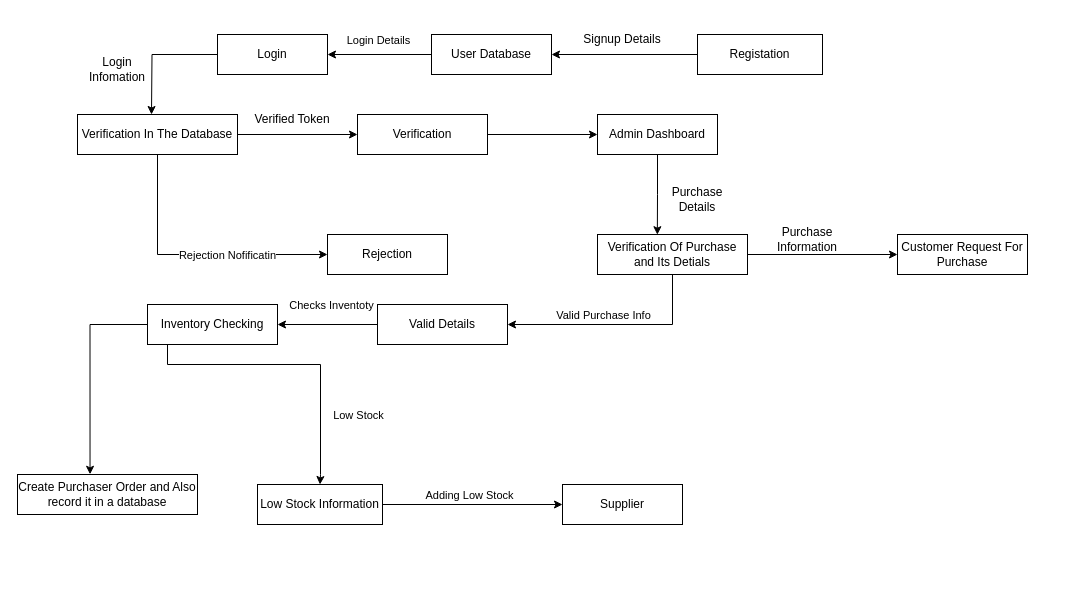
The draw.io diagram Structure Diagram'.drawio in pawal-karki/DRAW.IO, before the edit. Source tidied: cells renumbered, new cells numbered last; positions are measured from the earlier drawing's top-left corner, leaving out a move shared by most shapes. Both pictures are drawn from the tidied source at 100%, with x=0, y=0 at pixel (17, 24).
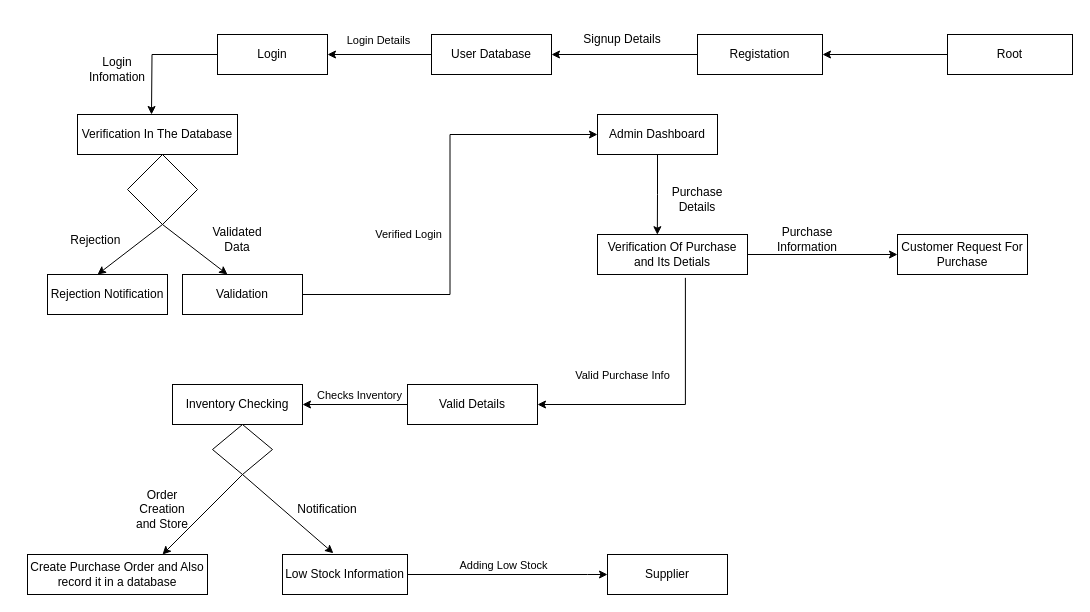
The same page after the edit.

Unchanged cells that the change refers to:
```xml
<mxCell id="5" value="Verification In The Database" style="rounded=0;whiteSpace=wrap;html=1;" parent="1" vertex="1">
  <mxGeometry x="60" y="90" width="160" height="40" as="geometry" />
</mxCell>
<mxCell id="12" value="Registation" style="rounded=0;whiteSpace=wrap;html=1;" parent="1" vertex="1">
  <mxGeometry x="680" y="10" width="125" height="40" as="geometry" />
</mxCell>
<mxCell id="16" value="Admin Dashboard" style="rounded=0;whiteSpace=wrap;html=1;" parent="1" vertex="1">
  <mxGeometry x="580" y="90" width="120" height="40" as="geometry" />
</mxCell>
<mxCell id="22" value="Verification Of Purchase and Its Detials" style="rounded=0;whiteSpace=wrap;html=1;" parent="1" vertex="1">
  <mxGeometry x="580" y="210" width="150" height="40" as="geometry" />
</mxCell>
<mxCell id="26" style="edgeStyle=orthogonalEdgeStyle;rounded=0;jettySize=auto;html=1;exitX=0;exitY=0.5;exitDx=0;exitDy=0;entryX=1;entryY=0.5;entryDx=0;entryDy=0;" parent="1" edge="1" source="28" target="32">
  <mxGeometry relative="1" as="geometry" />
</mxCell>
```

Diff of the diagram source:
```diff
@@
-    <mxCell id="2" style="edgeStyle=orthogonalEdgeStyle;rounded=0;jettySize=auto;html=1;entryX=0;entryY=0.5;entryDx=0;entryDy=0;" parent="1" edge="1" source="5" target="7">
-      <mxGeometry relative="1" as="geometry" />
-    </mxCell>
-    <mxCell id="3" style="edgeStyle=orthogonalEdgeStyle;rounded=0;jettySize=auto;html=1;entryX=0;entryY=0.5;entryDx=0;entryDy=0;" parent="1" edge="1" source="5" target="25">
-      <mxGeometry relative="1" as="geometry">
-        <Array as="points">
-          <mxPoint x="140" y="230" />
-        </Array>
-      </mxGeometry>
-    </mxCell>
-    <mxCell id="4" value="Rejection Nofificatin" style="edgeLabel;html=1;align=center;verticalAlign=middle;" parent="3" vertex="1">
-      <mxGeometry x="0.07" y="2" relative="1" as="geometry">
-        <mxPoint x="25" y="2" as="offset" />
-      </mxGeometry>
-    </mxCell>
@@
-    <mxCell id="6" style="edgeStyle=orthogonalEdgeStyle;rounded=0;jettySize=auto;html=1;" parent="1" edge="1" source="7" target="16">
-      <mxGeometry relative="1" as="geometry" />
-    </mxCell>
-    <mxCell id="7" value="Verification" style="rounded=0;whiteSpace=wrap;html=1;" parent="1" vertex="1">
-      <mxGeometry x="340" y="90" width="130" height="40" as="geometry" />
-    </mxCell>
@@
-    <mxCell id="17" value="Verified Token" style="text;html=1;align=center;verticalAlign=middle;whiteSpace=wrap;rounded=0;" parent="1" vertex="1">
-      <mxGeometry x="230" y="80" width="90" height="30" as="geometry" />
-    </mxCell>
@@
-    <mxCell id="19" style="edgeStyle=orthogonalEdgeStyle;rounded=0;jettySize=auto;html=1;entryX=1;entryY=0.5;entryDx=0;entryDy=0;" parent="1" edge="1" source="22" target="28">
+    <mxCell id="19" style="edgeStyle=orthogonalEdgeStyle;rounded=0;jettySize=auto;html=1;entryX=1;entryY=0.5;entryDx=0;entryDy=0;exitX=0.586;exitY=1.084;exitDx=0;exitDy=0;exitPerimeter=0;" parent="1" edge="1" source="22" target="28">
       <mxGeometry relative="1" as="geometry">
         <Array as="points">
-          <mxPoint x="655" y="300" />
+          <mxPoint x="668" y="380" />
         </Array>
       </mxGeometry>
     </mxCell>
     <mxCell id="20" value="Valid Purchase Info" style="edgeLabel;html=1;align=center;verticalAlign=middle;" parent="19" vertex="1">
       <mxGeometry x="-0.01" y="-4" relative="1" as="geometry">
-        <mxPoint x="-14" y="-6" as="offset" />
+        <mxPoint x="-54" y="-26" as="offset" />
       </mxGeometry>
     </mxCell>
@@
-    <mxCell id="25" value="Rejection" style="rounded=0;whiteSpace=wrap;html=1;" parent="1" vertex="1">
-      <mxGeometry x="310" y="210" width="120" height="40" as="geometry" />
+    <mxCell id="25" value="Rejection Notification" style="rounded=0;whiteSpace=wrap;html=1;" parent="1" vertex="1">
+      <mxGeometry x="30" y="250" width="120" height="40" as="geometry" />
     </mxCell>
@@
-    <mxCell id="27" value="Checks Inventoty" style="edgeLabel;html=1;align=center;verticalAlign=middle;" parent="26" vertex="1">
+    <mxCell id="27" value="Checks Inventory" style="edgeLabel;html=1;align=center;verticalAlign=middle;" parent="26" vertex="1">
       <mxGeometry x="-0.07" y="-2" relative="1" as="geometry">
-        <mxPoint y="-18" as="offset" />
+        <mxPoint y="-8" as="offset" />
       </mxGeometry>
     </mxCell>
     <mxCell id="28" value="Valid Details" style="rounded=0;whiteSpace=wrap;html=1;" parent="1" vertex="1">
-      <mxGeometry x="360" y="280" width="130" height="40" as="geometry" />
+      <mxGeometry x="390" y="360" width="130" height="40" as="geometry" />
     </mxCell>
-    <mxCell id="29" style="edgeStyle=orthogonalEdgeStyle;rounded=0;jettySize=auto;html=1;entryX=0.403;entryY=-0.005;entryDx=0;entryDy=0;entryPerimeter=0;" parent="1" edge="1" source="32" target="33">
-      <mxGeometry relative="1" as="geometry">
-        <Array as="points">
-          <mxPoint x="73" y="300" />
-        </Array>
-      </mxGeometry>
-    </mxCell>
-    <mxCell id="30" style="edgeStyle=orthogonalEdgeStyle;rounded=0;jettySize=auto;html=1;entryX=0.5;entryY=0;entryDx=0;entryDy=0;" parent="1" edge="1" source="32" target="38">
-      <mxGeometry relative="1" as="geometry">
-        <Array as="points">
-          <mxPoint x="150" y="340" />
-          <mxPoint x="303" y="340" />
-          <mxPoint x="303" y="450" />
-        </Array>
-      </mxGeometry>
-    </mxCell>
-    <mxCell id="31" value="Low Stock" style="edgeLabel;html=1;align=center;verticalAlign=middle;" parent="30" vertex="1">
-      <mxGeometry x="0.38" y="2" relative="1" as="geometry">
-        <mxPoint x="35" y="21" as="offset" />
-      </mxGeometry>
-    </mxCell>
     <mxCell id="32" value="Inventory Checking" style="rounded=0;whiteSpace=wrap;html=1;" parent="1" vertex="1">
-      <mxGeometry x="130" y="280" width="130" height="40" as="geometry" />
+      <mxGeometry x="155" y="360" width="130" height="40" as="geometry" />
     </mxCell>
-    <mxCell id="33" value="Create Purchaser Order and Also record it in a database" style="rounded=0;whiteSpace=wrap;html=1;" parent="1" vertex="1">
-      <mxGeometry y="450" width="180" height="40" as="geometry" />
+    <mxCell id="33" value="Create Purchase Order and Also record it in a database" style="rounded=0;whiteSpace=wrap;html=1;" parent="1" vertex="1">
+      <mxGeometry x="10" y="530" width="180" height="40" as="geometry" />
     </mxCell>
@@
     <mxCell id="36" style="edgeStyle=orthogonalEdgeStyle;rounded=0;jettySize=auto;html=1;entryX=0;entryY=0.5;entryDx=0;entryDy=0;" parent="1" edge="1" source="38" target="39">
-      <mxGeometry relative="1" as="geometry" />
+      <mxGeometry relative="1" as="geometry">
+        <Array as="points">
+          <mxPoint x="570" y="550" />
+        </Array>
+      </mxGeometry>
     </mxCell>
@@
     <mxCell id="38" value="Low Stock Information" style="rounded=0;whiteSpace=wrap;html=1;" parent="1" vertex="1">
-      <mxGeometry x="240" y="460" width="125" height="40" as="geometry" />
+      <mxGeometry x="265" y="530" width="125" height="40" as="geometry" />
     </mxCell>
     <mxCell id="39" value="Supplier" style="rounded=0;whiteSpace=wrap;html=1;" parent="1" vertex="1">
-      <mxGeometry x="545" y="460" width="120" height="40" as="geometry" />
+      <mxGeometry x="590" y="530" width="120" height="40" as="geometry" />
     </mxCell>
+    <mxCell id="40" style="edgeStyle=orthogonalEdgeStyle;rounded=0;jettySize=auto;html=1;entryX=1;entryY=0.5;entryDx=0;entryDy=0;" parent="1" edge="1" source="41" target="12">
+      <mxGeometry relative="1" as="geometry" />
+    </mxCell>
+    <mxCell id="41" value="Root" style="rounded=0;whiteSpace=wrap;html=1;" parent="1" vertex="1">
+      <mxGeometry x="930" y="10" width="125" height="40" as="geometry" />
+    </mxCell>
+    <mxCell id="42" style="rhombus;whiteSpace=wrap;html=1;" parent="1" vertex="1">
+      <mxGeometry x="110" y="130" width="70" height="70" as="geometry" />
+    </mxCell>
+    <mxCell id="43" style="endArrow=classic;html=1;rounded=0;exitX=0.5;exitY=1;exitDx=0;exitDy=0;entryX=0.417;entryY=0;entryDx=0;entryDy=0;entryPerimeter=0;" parent="1" edge="1" source="42" target="25">
+      <mxGeometry relative="1" as="geometry" />
+    </mxCell>
+    <mxCell id="44" style="endArrow=classic;html=1;rounded=0;exitX=0.5;exitY=1;exitDx=0;exitDy=0;" parent="1" edge="1" source="42">
+      <mxGeometry relative="1" as="geometry">
+        <mxPoint x="210" y="250" as="targetPoint" />
+      </mxGeometry>
+    </mxCell>
+    <mxCell id="45" style="edgeStyle=orthogonalEdgeStyle;rounded=0;jettySize=auto;html=1;entryX=0;entryY=0.5;entryDx=0;entryDy=0;" parent="1" edge="1" source="47" target="16">
+      <mxGeometry relative="1" as="geometry" />
+    </mxCell>
+    <mxCell id="46" value="Verified Login" style="edgeLabel;html=1;align=center;verticalAlign=middle;" parent="45" vertex="1">
+      <mxGeometry x="-0.05" y="2" relative="1" as="geometry">
+        <mxPoint x="-40" y="8" as="offset" />
+      </mxGeometry>
+    </mxCell>
+    <mxCell id="47" value="Validation" style="rounded=0;whiteSpace=wrap;html=1;" parent="1" vertex="1">
+      <mxGeometry x="165" y="250" width="120" height="40" as="geometry" />
+    </mxCell>
+    <mxCell id="48" value="Rejection&amp;nbsp;" style="text;html=1;align=center;verticalAlign=middle;whiteSpace=wrap;rounded=0;" parent="1" vertex="1">
+      <mxGeometry x="50" y="201" width="60" height="30" as="geometry" />
+    </mxCell>
+    <mxCell id="49" style="shape=rhombus;html=1;dashed=0;whiteSpace=wrap;perimeter=rhombusPerimeter;" parent="1" vertex="1">
+      <mxGeometry x="195" y="400" width="60" height="50" as="geometry" />
+    </mxCell>
+    <mxCell id="50" style="endArrow=classic;html=1;rounded=0;exitX=0.5;exitY=1;exitDx=0;exitDy=0;entryX=0.75;entryY=0;entryDx=0;entryDy=0;" parent="1" edge="1" source="49" target="33">
+      <mxGeometry relative="1" as="geometry" />
+    </mxCell>
+    <mxCell id="51" style="endArrow=classic;html=1;rounded=0;exitX=0.5;exitY=1;exitDx=0;exitDy=0;entryX=0.407;entryY=-0.032;entryDx=0;entryDy=0;entryPerimeter=0;" parent="1" edge="1" source="49" target="38">
+      <mxGeometry relative="1" as="geometry" />
+    </mxCell>
+    <mxCell id="52" value="Validated Data" style="text;html=1;align=center;verticalAlign=middle;whiteSpace=wrap;rounded=0;" parent="1" vertex="1">
+      <mxGeometry x="190" y="200" width="60" height="30" as="geometry" />
+    </mxCell>
+    <mxCell id="53" value="Order Creation and Store" style="text;html=1;align=center;verticalAlign=middle;whiteSpace=wrap;rounded=0;" parent="1" vertex="1">
+      <mxGeometry x="115" y="470" width="60" height="30" as="geometry" />
+    </mxCell>
+    <mxCell id="54" value="Notification" style="text;html=1;align=center;verticalAlign=middle;whiteSpace=wrap;rounded=0;" parent="1" vertex="1">
+      <mxGeometry x="280" y="470" width="60" height="30" as="geometry" />
+    </mxCell>
+    <mxCell id="55" style="endArrow=classic;html=1;rounded=0;" parent="1" edge="1">
+      <mxGeometry relative="1" as="geometry">
+        <mxPoint x="630" as="sourcePoint" />
+        <mxPoint x="630" as="targetPoint" />
+      </mxGeometry>
+    </mxCell>
```
